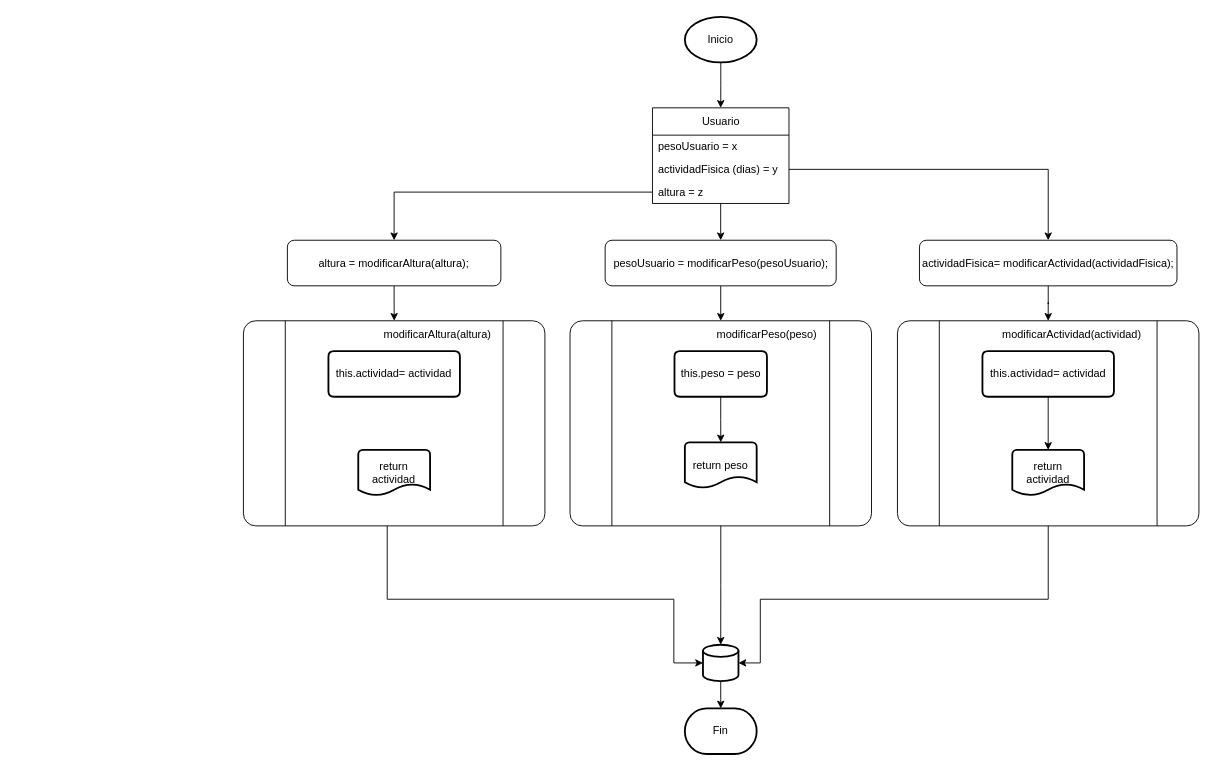
Before: docs/app_requirements/parametrisation.drawio in Serious-Games-V-UFV/SERIOUS-GAMES-V-UFV, a draw.io diagram. Source tidied: cells renumbered, new cells numbered last; positions are measured from the earlier drawing's top-left corner, leaving out a move shared by most shapes. Both pictures are drawn from the tidied source at 91%, with x=0, y=0 at pixel (243, 16).
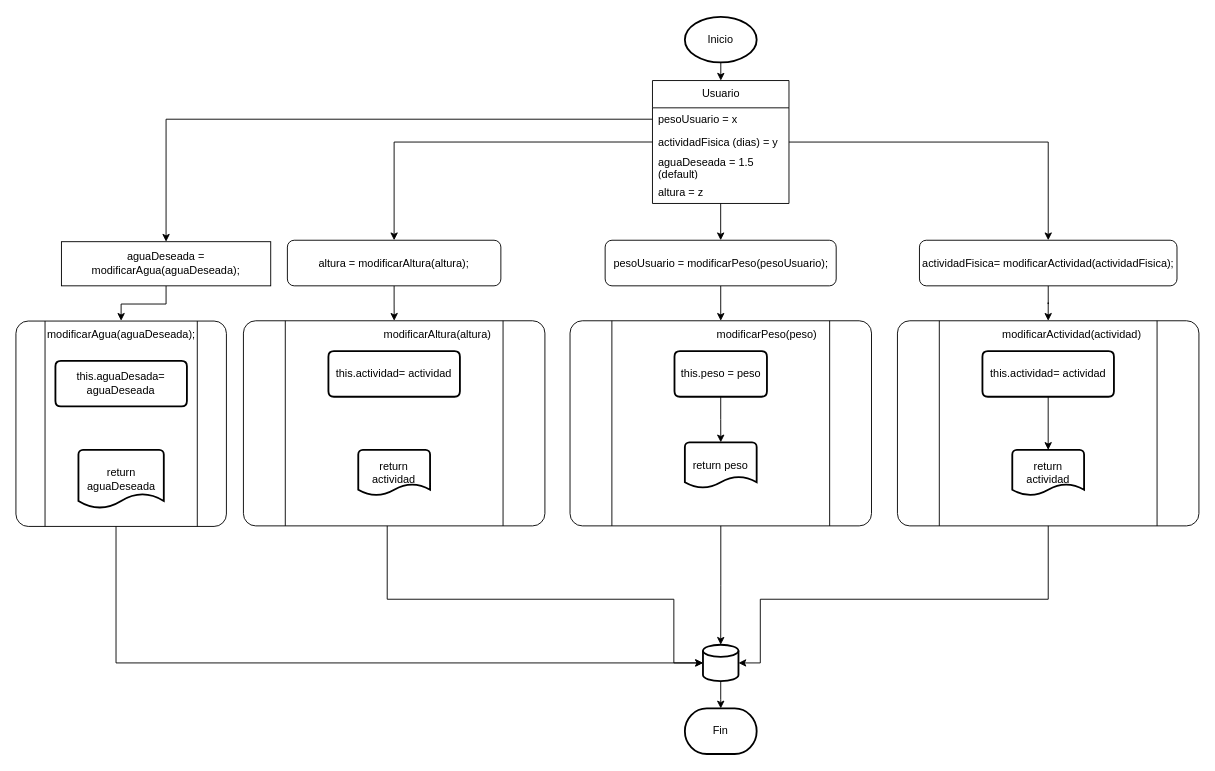
Above is the later version.

Commit message (it also covers changes not shown here):
Updated parametrisation | Updated parametrización

Issue : https://github.com/Serious-Games-V-UFV/SERIOUS-GAMES-V-UFV/issues/46

Unchanged cells that the change refers to:
```xml
<mxCell id="6" value="pesoUsuario = x" style="text;strokeColor=none;fillColor=none;align=left;verticalAlign=middle;spacingLeft=4;spacingRight=4;overflow=hidden;points=[[0,0.5],[1,0.5]];portConstraint=eastwest;whiteSpace=wrap;html=1;" parent="5" vertex="1">
  <mxGeometry y="30" width="150" height="25" as="geometry" />
</mxCell>
<mxCell id="7" value="actividadFisica (dias) = y&amp;nbsp;" style="text;strokeColor=none;fillColor=none;align=left;verticalAlign=middle;spacingLeft=4;spacingRight=4;overflow=hidden;points=[[0,0.5],[1,0.5]];portConstraint=eastwest;whiteSpace=wrap;html=1;" parent="5" vertex="1">
  <mxGeometry y="55" width="150" height="25.1" as="geometry" />
</mxCell>
<mxCell id="29" value="altura = modificarAltura(altura);" style="rounded=1;whiteSpace=wrap;html=1;" parent="1" vertex="1">
  <mxGeometry x="48.3" y="245.5" width="234.6" height="50.1" as="geometry" />
</mxCell>
<mxCell id="34" style="strokeWidth=2;html=1;shape=mxgraph.flowchart.database;whiteSpace=wrap;" parent="1" vertex="1">
  <mxGeometry x="505" y="690" width="39" height="40" as="geometry" />
</mxCell>
```

Diff of the diagram source:
```diff
@@
     <mxCell id="5" value="Usuario" style="swimlane;fontStyle=0;horizontal=1;startSize=30;whiteSpace=wrap;html=1;" parent="1" vertex="1">
-      <mxGeometry x="449.5" y="100" width="150" height="105.1" as="geometry" />
+      <mxGeometry x="449.5" y="70" width="150" height="135.1" as="geometry" />
     </mxCell>
@@
+    <mxCell id="37" value="aguaDeseada = 1.5 (default)" style="text;strokeColor=none;fillColor=none;align=left;verticalAlign=middle;spacingLeft=4;spacingRight=4;overflow=hidden;whiteSpace=wrap;html=1;" parent="5" vertex="1">
+      <mxGeometry y="80.1" width="150" height="30" as="geometry" />
+    </mxCell>
     <mxCell id="8" value="altura = z" style="text;strokeColor=none;fillColor=none;align=left;verticalAlign=middle;spacingLeft=4;spacingRight=4;overflow=hidden;points=[[0,0.5],[1,0.5]];portConstraint=eastwest;whiteSpace=wrap;html=1;" parent="5" vertex="1">
-      <mxGeometry y="80.1" width="150" height="25" as="geometry" />
+      <mxGeometry y="110.1" width="150" height="25" as="geometry" />
     </mxCell>
@@
-    <mxCell id="31" style="edgeStyle=orthogonalEdgeStyle;rounded=0;jettySize=auto;html=1;entryX=0.5;entryY=0;entryDx=0;entryDy=0;" parent="1" edge="1" source="8" target="29">
+    <mxCell id="31" style="edgeStyle=orthogonalEdgeStyle;rounded=0;jettySize=auto;html=1;entryX=0.5;entryY=0;entryDx=0;entryDy=0;exitX=0;exitY=0.5;exitDx=0;exitDy=0;" parent="1" edge="1" source="7" target="29">
       <mxGeometry relative="1" as="geometry" />
     </mxCell>
@@
+    <mxCell id="38" style="edgeStyle=orthogonalEdgeStyle;rounded=0;jettySize=auto;html=1;entryX=0.5;entryY=0;entryDx=0;entryDy=0;" parent="1" edge="1" source="39" target="42">
+      <mxGeometry relative="1" as="geometry" />
+    </mxCell>
+    <mxCell id="39" value="aguaDeseada = modificarAgua(aguaDeseada);" style="whiteSpace=wrap;html=1;" parent="1" vertex="1">
+      <mxGeometry x="-200" y="247.1" width="230" height="48.5" as="geometry" />
+    </mxCell>
+    <mxCell id="40" style="edgeStyle=orthogonalEdgeStyle;rounded=0;jettySize=auto;html=1;exitX=0;exitY=0.5;exitDx=0;exitDy=0;" parent="1" edge="1" source="6" target="39">
+      <mxGeometry relative="1" as="geometry" />
+    </mxCell>
+    <mxCell id="41" style="verticalLabelPosition=middle;verticalAlign=middle;html=1;shape=process;whiteSpace=wrap;rounded=1;size=0.14;arcSize=6;labelPosition=center;align=center;" parent="1" vertex="1">
+      <mxGeometry x="-250" y="334.3" width="231.3" height="225.7" as="geometry" />
+    </mxCell>
+    <mxCell id="42" value="modificarAgua(aguaDeseada);" style="text;html=1;whiteSpace=wrap;strokeColor=none;fillColor=none;align=center;verticalAlign=middle;rounded=0;" parent="1" vertex="1">
+      <mxGeometry x="-164.4" y="334" width="60" height="30" as="geometry" />
+    </mxCell>
+    <mxCell id="43" value="this.aguaDesada= aguaDeseada" style="shape=parallelogram;html=1;strokeWidth=2;perimeter=parallelogramPerimeter;whiteSpace=wrap;rounded=1;arcSize=12;size=0;" parent="1" vertex="1">
+      <mxGeometry x="-206.6" y="378" width="144.5" height="50.1" as="geometry" />
+    </mxCell>
+    <mxCell id="44" value="return aguaDeseada" style="strokeWidth=2;html=1;shape=mxgraph.flowchart.document2;whiteSpace=wrap;size=0.25;" parent="1" vertex="1">
+      <mxGeometry x="-181.3" y="475.9" width="93.8" height="64.1" as="geometry" />
+    </mxCell>
+    <mxCell id="45" style="edgeStyle=orthogonalEdgeStyle;rounded=0;jettySize=auto;html=1;entryX=0;entryY=0.5;entryDx=0;entryDy=0;entryPerimeter=0;" parent="1" edge="1" source="41" target="34">
+      <mxGeometry relative="1" as="geometry">
+        <Array as="points">
+          <mxPoint x="-140" y="710" />
+        </Array>
+      </mxGeometry>
+    </mxCell>
```
